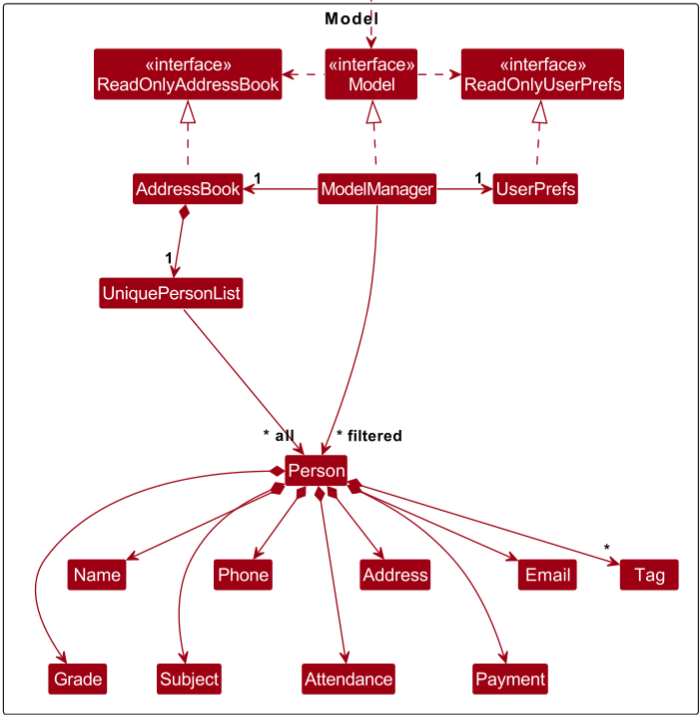
Earlier version of the PlantUML export docs/images/ModelClassDiagram.png (zoebelle-pang/tp). Its source is kept beside it as docs/diagrams/ModelClassDiagram.puml.
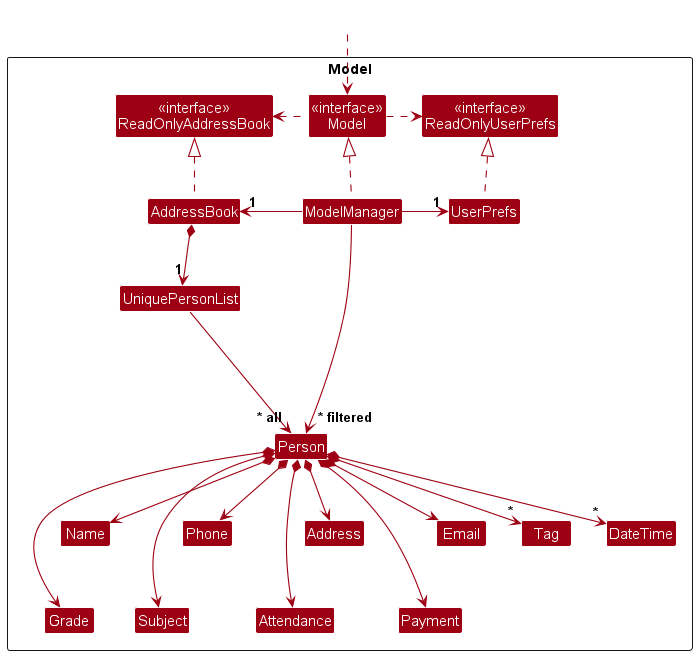
The same file after the commit.

Diff of the diagram source:
```diff
@@ -21,9 +21,9 @@
 Class Tag
 Class Grade
 Class Subject
-Class DateTime
 Class Attendance
 Class Payment
+Class DateTime
 
 Class I #FFFFFF
 }
@@ -49,9 +49,9 @@
 Person *--> "*" Tag
 Person *-> Grade
 Person *-> Subject
-Person *--> "*" DateTime
 Person *-> Attendance
 Person *-> Payment
+Person *--> "*" DateTime
 
 Person -[hidden]up--> I
 Name -[hidden]-> Grade
```
